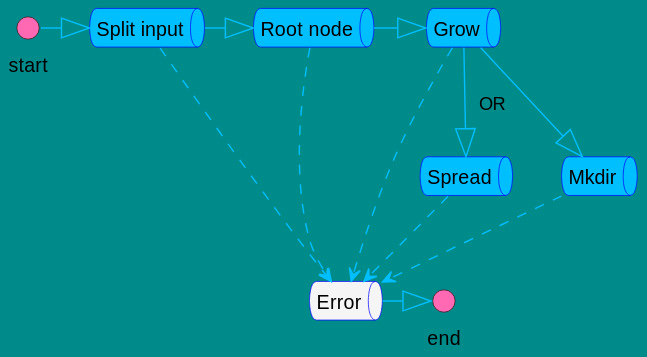
ddddddO/gtree keeps this PlantUML diagram as process.svg. Above is the earlier version.
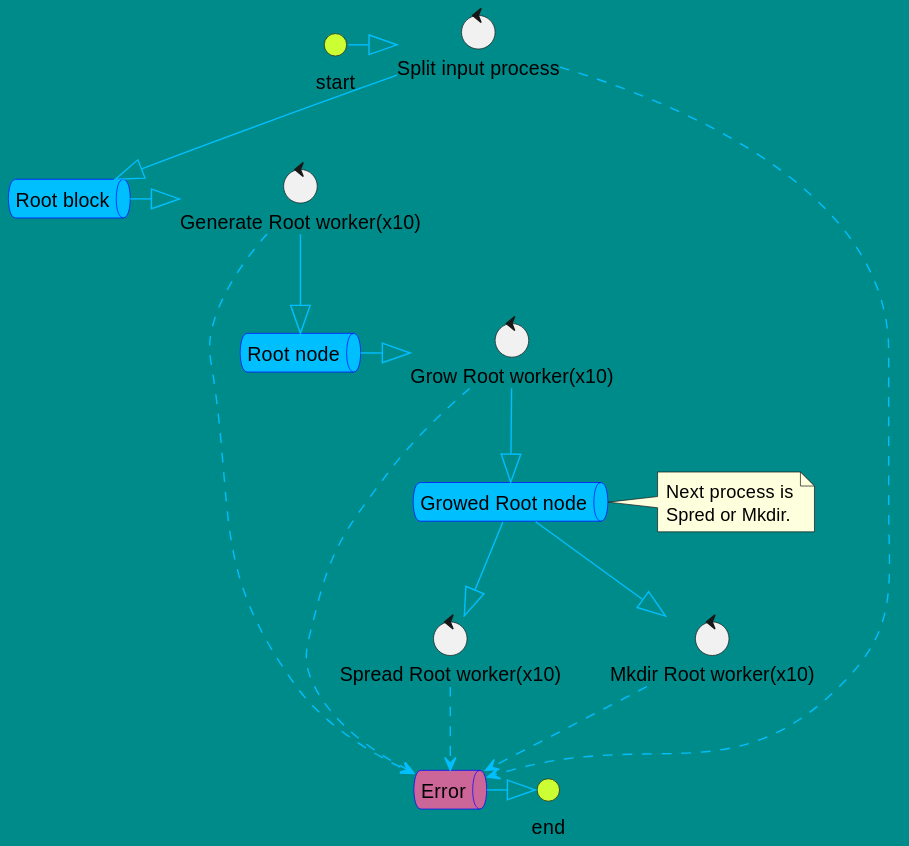
The same diagram one commit later.

What changed in the source:
```diff
@@ -2,32 +2,46 @@
 skinparam {
   backgroundColor DarkCyan
 
-  InterfaceBackgroundColor HotPink
+  InterfaceBackgroundColor #CCFF33
   ArrowColor DeepSkyBlue
   QueueBorderColor blue
   QueueBackgroundColor DeepSkyBlue
 }
 
 interface start
-queue "Split input" as split
-queue "Root node" as root
-queue Grow as growing
-queue Spread as spreading
-queue Mkdir as mkdiring
-queue Error as err #whitesmoke
+
+control "Split input process" as split_proc
+control "Generate Root worker(x10)" as generate_root_worker
+control "Grow Root worker(x10)" as grow_worker
+control "Spread Root worker(x10)" as spread_worker
+control "Mkdir Root worker(x10)" as mkdir_worker
+
+queue "Root block" as split_q
+queue "Root node" as root_q
+queue "Growed Root node" as growing_q
+note right of growing_q
+Next process is
+Spred or Mkdir.
+end note
+
+queue Error as err #CC6699
 interface end
 
-start -|> split
-split -|> root
-root -|> growing
-growing --|> spreading: "  OR"
-growing --|> mkdiring
+start -|> split_proc
+split_proc --|> split_q
+split_q -|> generate_root_worker
+generate_root_worker --|> root_q
+root_q -|> grow_worker
+grow_worker --|> growing_q
 
-split ..> err
-root ..> err
-growing ..> err
-spreading ..> err
-mkdiring ..> err
+growing_q -|> spread_worker
+growing_q --|> mkdir_worker
+
+split_proc ..> err
+generate_root_worker ..> err
+grow_worker ..> err
+spread_worker ..> err
+mkdir_worker ..> err
 
 err -|> end
 @enduml
```
